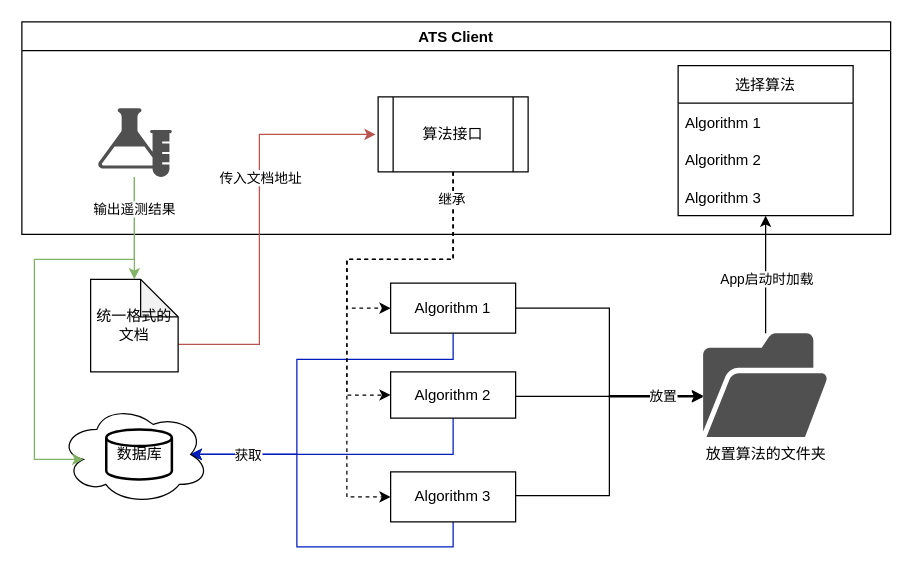
Before: Draw/ATS/Algorithm.drawio in huangjia2107/DrawOnline, a draw.io diagram. Source tidied: cells renumbered, new cells numbered last; positions are measured from the earlier drawing's top-left corner, leaving out a move shared by most shapes. Both pictures are drawn from the tidied source at 125%, with x=0, y=0 at pixel (21, 21).
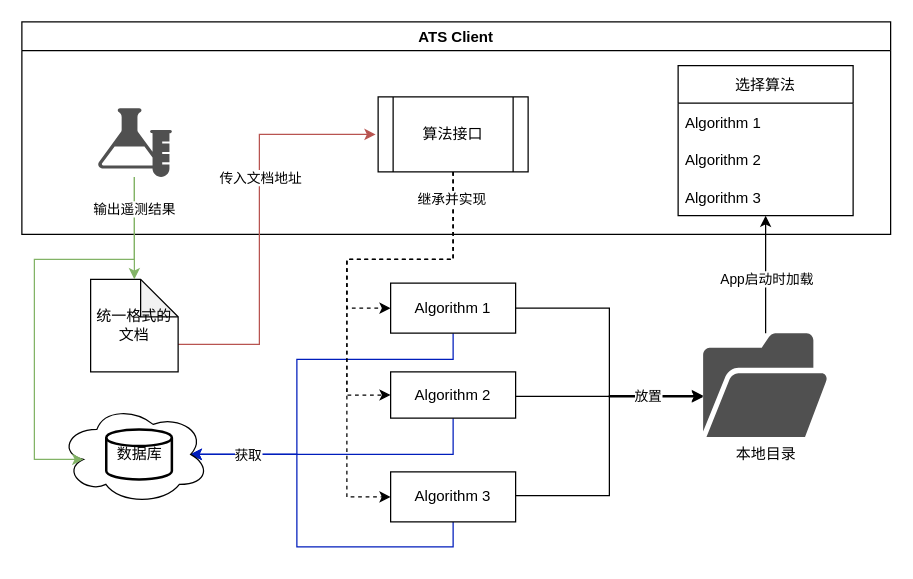
Above is the later version.

The change refers to these unchanged cells:
```xml
<mxCell id="15" style="edgeStyle=orthogonalEdgeStyle;rounded=0;orthogonalLoop=1;jettySize=auto;html=1;exitX=1;exitY=0.5;exitDx=0;exitDy=0;" parent="1" edge="1">
  <mxGeometry relative="1" as="geometry">
    <mxPoint x="395" y="379" as="sourcePoint" />
    <mxPoint x="545" y="299" as="targetPoint" />
    <Array as="points">
      <mxPoint x="470" y="379" />
      <mxPoint x="470" y="299" />
    </Array>
  </mxGeometry>
</mxCell>
<mxCell id="32" style="edgeStyle=orthogonalEdgeStyle;rounded=0;jettySize=auto;html=1;exitX=0.5;exitY=1;exitDx=0;exitDy=0;entryX=0;entryY=0.5;entryDx=0;entryDy=0;dashed=1;" parent="1" edge="1" source="7" target="19">
  <mxGeometry relative="1" as="geometry">
    <Array as="points">
      <mxPoint x="345" y="190" />
      <mxPoint x="260" y="190" />
      <mxPoint x="260" y="380" />
    </Array>
  </mxGeometry>
</mxCell>
```

Change to the diagram source:
```diff
@@
     <mxCell id="16" value="放置" style="edgeLabel;html=1;align=center;verticalAlign=middle;" parent="15" vertex="1">
       <mxGeometry x="0.55" y="-2" relative="1" as="geometry">
-        <mxPoint x="19" y="-2" as="offset" />
+        <mxPoint x="7" y="-2" as="offset" />
       </mxGeometry>
     </mxCell>
@@
-    <mxCell id="23" value="放置算法的文件夹" style="sketch=0;shadow=0;dashed=0;html=1;strokeColor=none;fillColor=#505050;labelPosition=center;verticalLabelPosition=bottom;verticalAlign=top;outlineConnect=0;align=center;shape=mxgraph.office.concepts.folder_open;" parent="1" vertex="1">
+    <mxCell id="23" value="本地目录" style="sketch=0;shadow=0;dashed=0;html=1;strokeColor=none;fillColor=#505050;labelPosition=center;verticalLabelPosition=bottom;verticalAlign=top;outlineConnect=0;align=center;shape=mxgraph.office.concepts.folder_open;" parent="1" vertex="1">
       <mxGeometry x="545" y="249" width="100" height="83" as="geometry" />
     </mxCell>
@@
-    <mxCell id="33" value="继承" style="edgeLabel;html=1;align=center;verticalAlign=middle;" parent="32" vertex="1">
+    <mxCell id="33" value="继承并实现" style="edgeLabel;html=1;align=center;verticalAlign=middle;" parent="32" vertex="1">
       <mxGeometry x="-0.89" y="-2" relative="1" as="geometry" />
     </mxCell>
```
